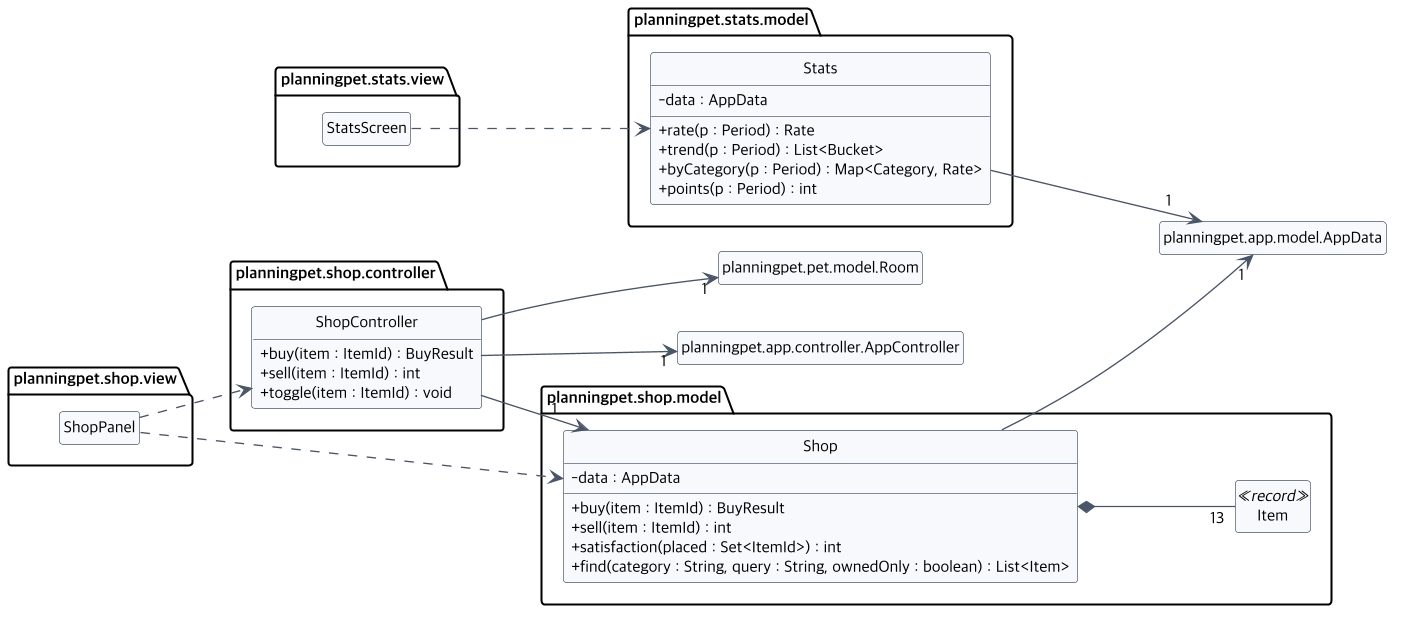
Above: docs/diagrams/class-shop-stats.png in 2026-2-software-system-design-11/planning-pet-app (PlantUML), before the change.
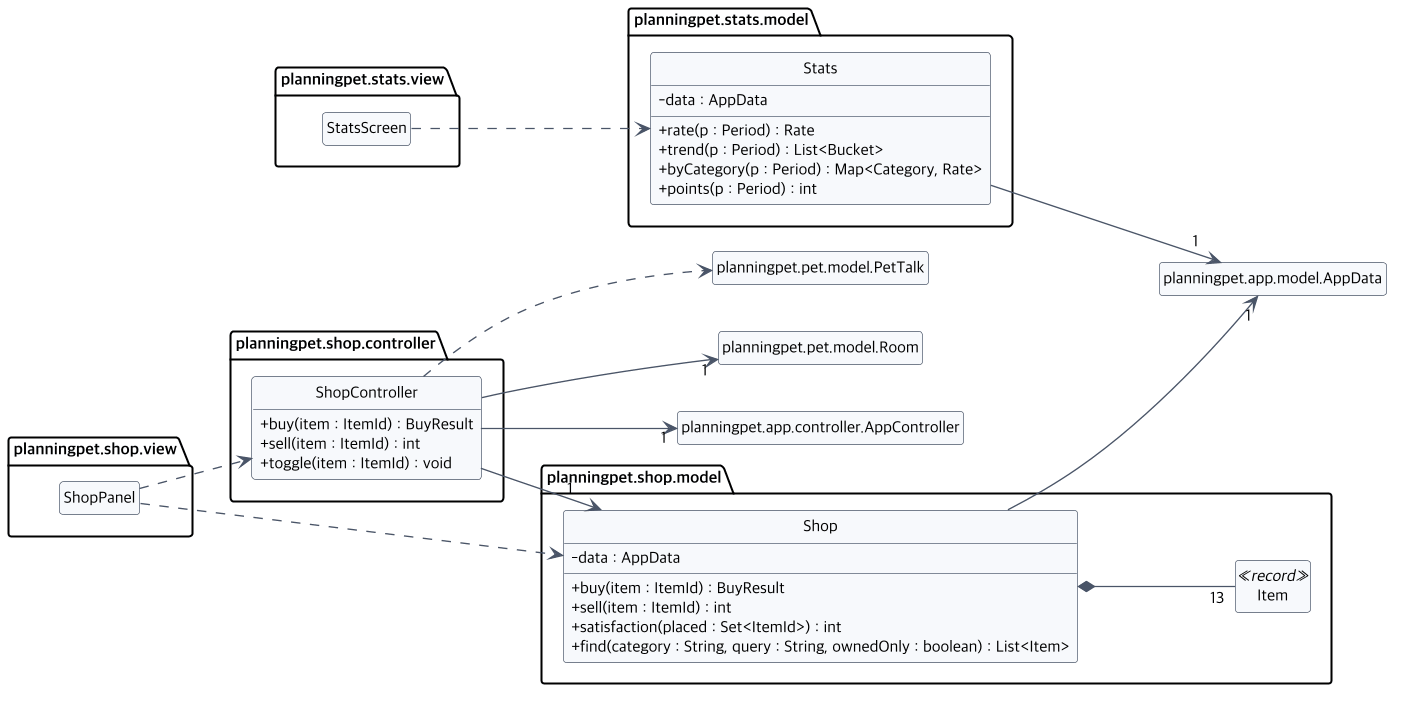
Above is the later version.

What changed in the source:
```diff
@@ -36,6 +36,7 @@
 ShopPanel ..> ShopController
 ShopPanel ..> Shop
 ShopController --> "1" Shop
+ShopController ..> planningpet.pet.model.PetTalk
 ShopController --> "1" planningpet.pet.model.Room
 ShopController --> "1" planningpet.app.controller.AppController
 Shop --> "1" planningpet.app.model.AppData
```
